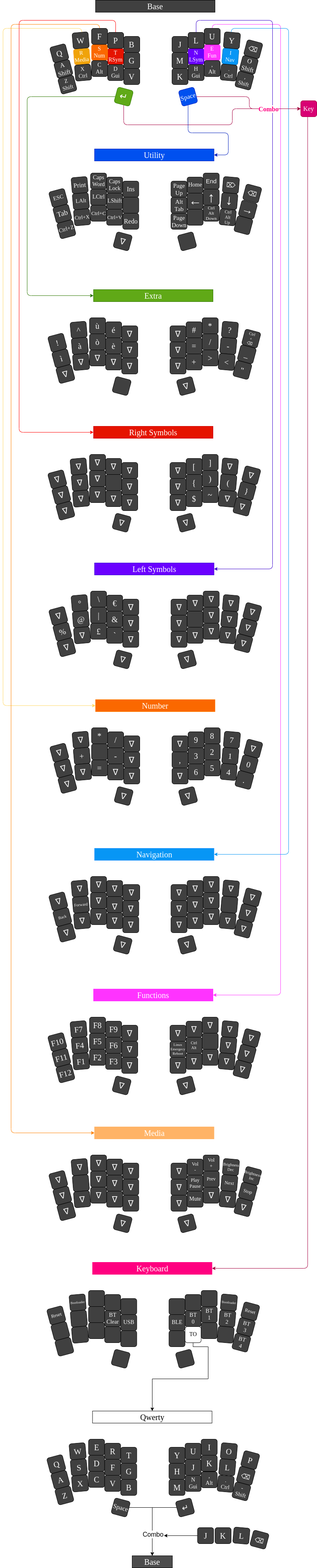
Before: Twive.png, a diagram exported from draw.io (fractalysid/Twive-Layout). Source tidied: cells renumbered, new cells last; positions are measured from the earlier drawing's top-left corner, leaving out a move shared by most shapes.
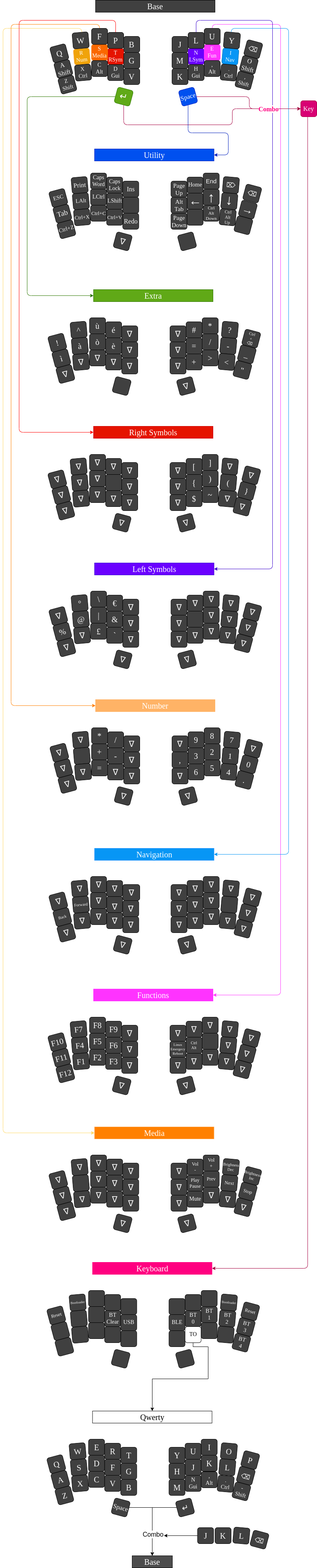
After the commit.

Commit message:
Restored NUMBERS and MEDIA layers position

The edit, as a diff of the source:
```diff
@@ -2,16 +2,16 @@
   <root>
     <mxCell id="0" />
     <mxCell id="1" parent="0" />
-    <mxCell id="2" style="edgeStyle=orthogonalEdgeStyle;rounded=1;jettySize=auto;html=1;fontFamily=Tahoma;fontSize=16;fontColor=#FF0080;entryX=0;entryY=0.5;entryDx=0;entryDy=0;fillColor=#f0a30a;strokeColor=#FFD966;" parent="1" edge="1" source="3" target="142">
+    <mxCell id="2" style="edgeStyle=orthogonalEdgeStyle;rounded=1;jettySize=auto;html=1;fontFamily=Tahoma;fontSize=16;fontColor=#FF0080;entryX=0;entryY=0.5;entryDx=0;entryDy=0;fillColor=#f0a30a;strokeColor=#FFD966;" parent="1" edge="1" source="3" target="311">
       <mxGeometry relative="1" as="geometry">
         <Array as="points">
           <mxPoint x="196" y="70" />
           <mxPoint y="70" />
-          <mxPoint y="1755" />
+          <mxPoint y="2818" />
         </Array>
       </mxGeometry>
     </mxCell>
-    <mxCell id="3" value="R&lt;br style=&quot;font-size: 14px;&quot;&gt;Media" style="rounded=1;whiteSpace=wrap;html=1;fontSize=14;fillColor=#f0a30a;fontFamily=Tahoma;fontColor=#FFFFFF;rotation=355;strokeColor=#FFB366;verticalAlign=bottom;" parent="1" vertex="1">
+    <mxCell id="3" value="R&lt;br style=&quot;font-size: 14px;&quot;&gt;Num" style="rounded=1;whiteSpace=wrap;html=1;fontSize=14;fillColor=#f0a30a;fontFamily=Tahoma;fontColor=#FFFFFF;rotation=355;strokeColor=#FFB366;verticalAlign=bottom;" parent="1" vertex="1">
       <mxGeometry x="176" y="120" width="40" height="40" as="geometry" />
     </mxCell>
     <mxCell id="4" value="Base" style="rounded=0;whiteSpace=wrap;html=1;fontSize=20;fillColor=#404040;glass=0;sketch=0;fontColor=#FFFFFF;fontFamily=Lucida Console;" parent="1" vertex="1">
@@ -32,16 +32,16 @@
     <mxCell id="9" value="W" style="rounded=1;whiteSpace=wrap;html=1;fontSize=20;fillColor=#404040;fontFamily=Tahoma;fontColor=#FAFAFA;rotation=-5;" parent="1" vertex="1">
       <mxGeometry x="173" y="80" width="40" height="40" as="geometry" />
     </mxCell>
-    <mxCell id="10" style="edgeStyle=orthogonalEdgeStyle;rounded=1;jettySize=auto;html=1;fontFamily=Tahoma;fontSize=16;fontColor=#FF0080;entryX=0;entryY=0.5;entryDx=0;entryDy=0;strokeColor=#FF8000;fillColor=#fa6800;exitX=0.5;exitY=0;exitDx=0;exitDy=0;" parent="1" edge="1" source="11" target="311">
+    <mxCell id="10" style="edgeStyle=orthogonalEdgeStyle;rounded=1;jettySize=auto;html=1;fontFamily=Tahoma;fontSize=16;fontColor=#FF0080;entryX=0;entryY=0.5;entryDx=0;entryDy=0;strokeColor=#FF8000;fillColor=#fa6800;exitX=0.5;exitY=0;exitDx=0;exitDy=0;" parent="1" edge="1" source="11" target="142">
       <mxGeometry relative="1" as="geometry">
         <Array as="points">
           <mxPoint x="240" y="60" />
           <mxPoint x="20" y="60" />
-          <mxPoint x="20" y="2818" />
+          <mxPoint x="20" y="1755" />
         </Array>
       </mxGeometry>
     </mxCell>
-    <mxCell id="11" value="S&lt;br style=&quot;font-size: 14px;&quot;&gt;Num" style="rounded=1;whiteSpace=wrap;html=1;fontSize=14;fillColor=#fa6800;fontFamily=Tahoma;fontColor=#FFFFFF;strokeColor=#FF8000;verticalAlign=bottom;" parent="1" vertex="1">
+    <mxCell id="11" value="S&lt;br style=&quot;font-size: 14px;&quot;&gt;Media" style="rounded=1;whiteSpace=wrap;html=1;fontSize=14;fillColor=#fa6800;fontFamily=Tahoma;fontColor=#FFFFFF;strokeColor=#FF8000;verticalAlign=bottom;" parent="1" vertex="1">
       <mxGeometry x="220" y="110" width="40" height="40" as="geometry" />
     </mxCell>
     <mxCell id="12" style="edgeStyle=orthogonalEdgeStyle;rounded=1;jettySize=auto;html=1;fontFamily=Tahoma;fontSize=16;fontColor=#FFFFFF;strokeColor=#FF0000;entryX=0;entryY=0.5;entryDx=0;entryDy=0;fillColor=#e51400;exitX=0.5;exitY=1;exitDx=0;exitDy=0;" parent="1" edge="1" source="344" target="76">
@@ -474,10 +474,10 @@
     <mxCell id="140" value="&lt;span style=&quot;color: rgb(250, 250, 250); font-family: Tahoma; font-size: 20px; font-style: normal; font-variant-ligatures: normal; font-variant-caps: normal; font-weight: 400; letter-spacing: normal; orphans: 2; text-align: center; text-indent: 0px; text-transform: none; widows: 2; word-spacing: 0px; -webkit-text-stroke-width: 0px; background-color: rgb(64, 64, 64); text-decoration-thickness: initial; text-decoration-style: initial; text-decoration-color: initial; float: none; display: inline !important;&quot;&gt;ᐁ&lt;/span&gt;" style="rounded=1;whiteSpace=wrap;html=1;fontSize=20;fillColor=#404040;fontFamily=Tahoma;fontColor=#FAFAFA;rotation=345;flipV=0;flipH=0;direction=east;" parent="1" vertex="1">
       <mxGeometry x="437.5" y="1620" width="40" height="40" as="geometry" />
     </mxCell>
-    <mxCell id="141" value="+" style="rounded=1;whiteSpace=wrap;html=1;fontSize=20;fillColor=#404040;fontFamily=Tahoma;fontColor=#FAFAFA;rotation=355;" parent="1" vertex="1">
+    <mxCell id="141" style="rounded=1;whiteSpace=wrap;html=1;fontSize=20;fillColor=#404040;fontFamily=Tahoma;fontColor=#FAFAFA;rotation=355;" parent="1" vertex="1">
       <mxGeometry x="176" y="1860" width="40" height="40" as="geometry" />
     </mxCell>
-    <mxCell id="142" value="Number" style="rounded=0;whiteSpace=wrap;html=1;fontSize=20;fillColor=#fa6800;glass=0;sketch=0;fontFamily=Lucida Console;strokeColor=#FF8000;fontColor=#FFFFFF;" parent="1" vertex="1">
+    <mxCell id="142" value="Number" style="rounded=0;whiteSpace=wrap;html=1;fontSize=20;fillColor=#FFB366;glass=0;sketch=0;fontFamily=Lucida Console;strokeColor=#FFB366;gradientColor=none;fontColor=#FFFFFF;" parent="1" vertex="1">
       <mxGeometry x="230" y="1740" width="297" height="30" as="geometry" />
     </mxCell>
     <mxCell id="143" value="&lt;span style=&quot;color: rgb(250, 250, 250); font-family: Tahoma; font-size: 20px; font-style: normal; font-variant-ligatures: normal; font-variant-caps: normal; font-weight: 400; letter-spacing: normal; orphans: 2; text-align: center; text-indent: 0px; text-transform: none; widows: 2; word-spacing: 0px; -webkit-text-stroke-width: 0px; background-color: rgb(64, 64, 64); text-decoration-thickness: initial; text-decoration-style: initial; text-decoration-color: initial; float: none; display: inline !important;&quot;&gt;ᐁ&lt;/span&gt;" style="rounded=1;whiteSpace=wrap;html=1;fontSize=20;fillColor=#404040;fontFamily=Tahoma;fontColor=#FAFAFA;" parent="1" vertex="1">
@@ -501,7 +501,7 @@
     <mxCell id="149" value="&lt;span style=&quot;color: rgb(250, 250, 250); font-family: Tahoma; font-size: 20px; font-style: normal; font-variant-ligatures: normal; font-variant-caps: normal; font-weight: 400; letter-spacing: normal; orphans: 2; text-align: center; text-indent: 0px; text-transform: none; widows: 2; word-spacing: 0px; -webkit-text-stroke-width: 0px; background-color: rgb(64, 64, 64); text-decoration-thickness: initial; text-decoration-style: initial; text-decoration-color: initial; float: none; display: inline !important;&quot;&gt;ᐁ&lt;/span&gt;" style="rounded=1;whiteSpace=wrap;html=1;fontSize=20;fillColor=#404040;fontFamily=Tahoma;fontColor=#FAFAFA;rotation=-5;" parent="1" vertex="1">
       <mxGeometry x="173" y="1820" width="40" height="40" as="geometry" />
     </mxCell>
-    <mxCell id="150" style="rounded=1;whiteSpace=wrap;html=1;fontSize=20;fillColor=#404040;fontFamily=Tahoma;fontColor=#FAFAFA;" parent="1" vertex="1">
+    <mxCell id="150" value="+" style="rounded=1;whiteSpace=wrap;html=1;fontSize=20;fillColor=#404040;fontFamily=Tahoma;fontColor=#FAFAFA;" parent="1" vertex="1">
       <mxGeometry x="220" y="1850" width="40" height="40" as="geometry" />
     </mxCell>
     <mxCell id="151" value="&lt;span style=&quot;color: rgb(250, 250, 250); font-family: Tahoma; font-size: 20px; font-style: normal; font-variant-ligatures: normal; font-variant-caps: normal; font-weight: 400; letter-spacing: normal; orphans: 2; text-align: center; text-indent: 0px; text-transform: none; widows: 2; word-spacing: 0px; -webkit-text-stroke-width: 0px; background-color: rgb(64, 64, 64); text-decoration-thickness: initial; text-decoration-style: initial; text-decoration-color: initial; float: none; display: inline !important;&quot;&gt;ᐁ&lt;/span&gt;" style="rounded=1;whiteSpace=wrap;html=1;fontSize=20;fillColor=#404040;fontFamily=Tahoma;fontColor=#FAFAFA;" parent="1" vertex="1">
@@ -999,7 +999,7 @@
     <mxCell id="310" style="rounded=1;whiteSpace=wrap;html=1;fontSize=20;fillColor=#404040;fontFamily=Tahoma;fontColor=#FAFAFA;rotation=355;" parent="1" vertex="1">
       <mxGeometry x="173.5" y="2923" width="40" height="40" as="geometry" />
     </mxCell>
-    <mxCell id="311" value="Media" style="rounded=0;whiteSpace=wrap;html=1;fontSize=20;fillColor=#FFB366;glass=0;sketch=0;fontFamily=Lucida Console;strokeColor=#FFB366;fontColor=#FFFFFF;" parent="1" vertex="1">
+    <mxCell id="311" value="Media" style="rounded=0;whiteSpace=wrap;html=1;fontSize=20;fillColor=#FF8000;glass=0;sketch=0;fontFamily=Lucida Console;strokeColor=#FFB366;fontColor=#FFFFFF;" parent="1" vertex="1">
       <mxGeometry x="227.5" y="2803" width="297" height="30" as="geometry" />
     </mxCell>
     <mxCell id="312" value="&lt;span style=&quot;color: rgb(250, 250, 250); font-family: Tahoma; font-size: 20px; font-style: normal; font-variant-ligatures: normal; font-variant-caps: normal; font-weight: 400; letter-spacing: normal; orphans: 2; text-align: center; text-indent: 0px; text-transform: none; widows: 2; word-spacing: 0px; -webkit-text-stroke-width: 0px; background-color: rgb(64, 64, 64); text-decoration-thickness: initial; text-decoration-style: initial; text-decoration-color: initial; float: none; display: inline !important;&quot;&gt;ᐁ&lt;/span&gt;" style="rounded=1;whiteSpace=wrap;html=1;fontSize=20;fillColor=#404040;fontFamily=Tahoma;fontColor=#FAFAFA;" parent="1" vertex="1">
```
